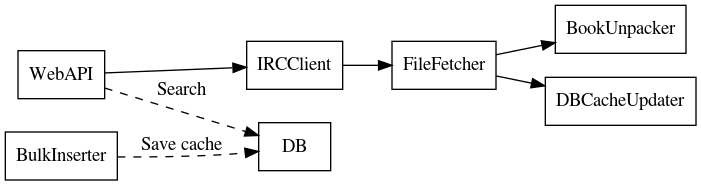
This is docs/services.png from DavidVentura/bookworm, a Graphviz export, as it was before one commit. Its source is kept beside it as docs/services.dot.
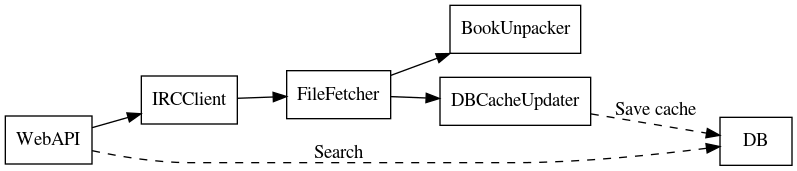
Above is the later version.

Diff of the diagram source:
```diff
@@ -12,5 +12,5 @@
    FileFetcher -> DBCacheUpdater
 
    WebAPI -> DB[label="Search" style=dashed];
-   BulkInserter -> DB[label="Save cache" style=dashed];
+   DBCacheUpdater -> DB[label="Save cache" style=dashed];
 }
```
